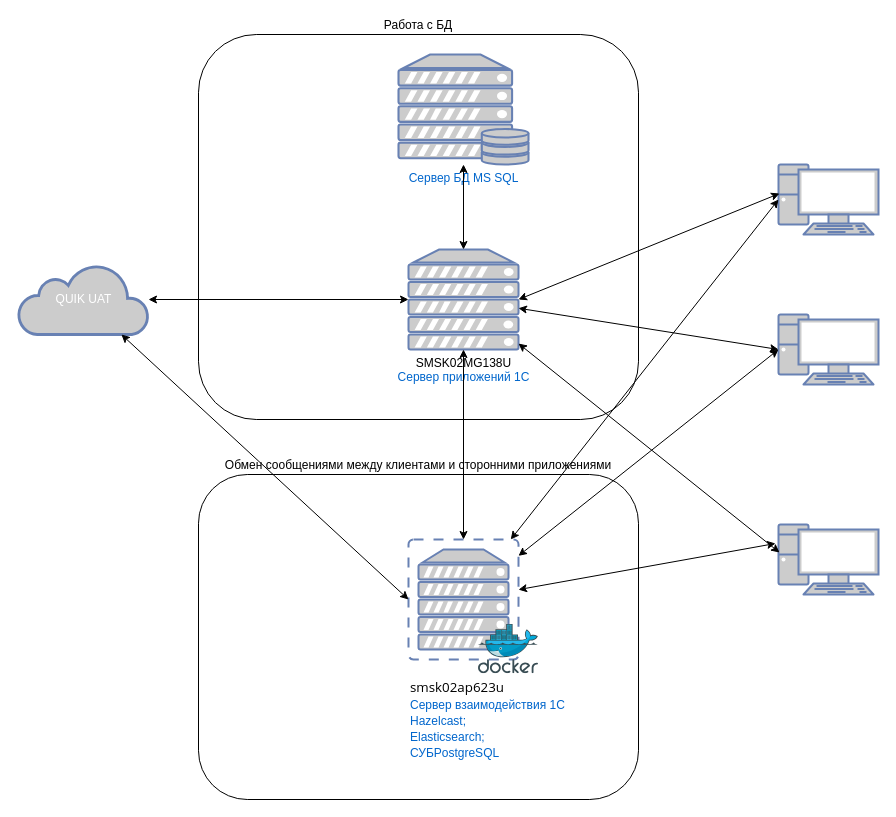
This is СерверВзаимодействия1С-Фронт.drawio from av-konst/draw-io, a draw.io file, before an edit. Source tidied: cells renumbered, new cells numbered last; positions are measured from the earlier drawing's top-left corner, leaving out a move shared by most shapes. Both pictures are drawn from the tidied source at 100%, with x=0, y=0 at pixel (18, 34).
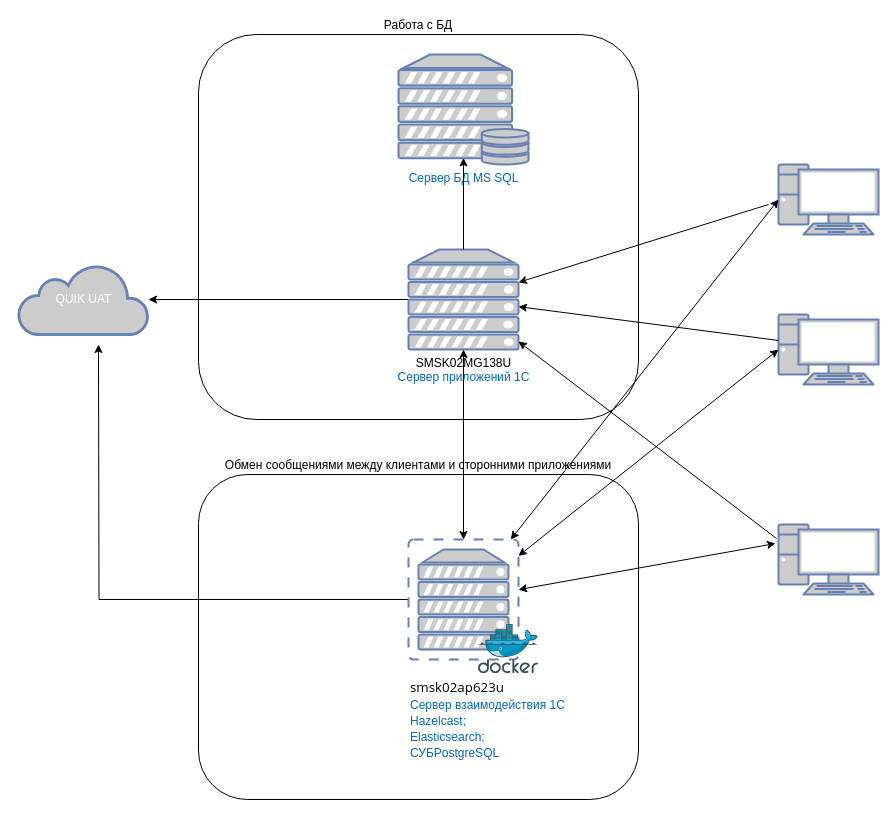
Above is the later version.

Unchanged cells that the change refers to:
```xml
<mxCell id="4" style="fontColor=#0066CC;verticalAlign=top;verticalLabelPosition=bottom;labelPosition=center;align=center;html=1;fillColor=#CCCCCC;strokeColor=#6881B3;gradientColor=none;gradientDirection=north;strokeWidth=2;shape=mxgraph.networks.pc;rounded=0;shadow=0;comic=0;" parent="1" vertex="1">
  <mxGeometry x="760" y="490" width="100" height="70" as="geometry" />
</mxCell>
<mxCell id="5" style="fontColor=#0066CC;verticalAlign=top;verticalLabelPosition=bottom;labelPosition=center;align=center;html=1;fillColor=#CCCCCC;strokeColor=#6881B3;gradientColor=none;gradientDirection=north;strokeWidth=2;shape=mxgraph.networks.pc;rounded=0;shadow=0;comic=0;" parent="1" vertex="1">
  <mxGeometry x="760" y="280" width="100" height="70" as="geometry" />
</mxCell>
<mxCell id="6" style="fontColor=#0066CC;verticalAlign=top;verticalLabelPosition=bottom;labelPosition=center;align=center;html=1;fillColor=#CCCCCC;strokeColor=#6881B3;gradientColor=none;gradientDirection=north;strokeWidth=2;shape=mxgraph.networks.pc;rounded=0;shadow=0;comic=0;" parent="1" vertex="1">
  <mxGeometry x="760" y="130" width="100" height="70" as="geometry" />
</mxCell>
<mxCell id="7" value="&lt;pre style=&quot;text-indent: -18pt; contain: content;&quot;&gt;&lt;div style=&quot;page: WordSection1; color: rgb(0, 0, 0); font-size: medium; text-indent: 0px; white-space: normal;&quot; class=&quot;WordSection1&quot;&gt;&lt;p style=&quot;margin: 0cm 0cm 0.0001pt; line-height: normal; font-size: 11pt; font-family: Calibri, sans-serif;&quot; class=&quot;MsoNormal&quot;&gt;&lt;span style=&quot;font-size: 10pt; font-family: &amp;quot;Segoe UI&amp;quot;, sans-serif;&quot;&gt;smsk02ap623u&lt;/span&gt;&lt;/p&gt;&lt;p style=&quot;margin: 0cm 0cm 0.0001pt; line-height: normal; font-size: 11pt; font-family: Calibri, sans-serif;&quot; class=&quot;MsoNormal&quot;&gt;&lt;span style=&quot;background-color: initial; font-size: 12px; font-family: Helvetica; text-indent: -18pt; color: rgb(0, 102, 204); text-wrap: nowrap;&quot;&gt;Сервер взаимодействия 1С&lt;/span&gt;&lt;/p&gt;&lt;p style=&quot;margin: 0cm 0cm 0.0001pt; line-height: normal; font-size: 11pt; font-family: Calibri, sans-serif;&quot; class=&quot;MsoNormal&quot;&gt;&lt;span style=&quot;font-size: 12px; font-family: Helvetica; text-indent: -18pt; background-color: initial; color: rgb(0, 102, 204); text-wrap: nowrap;&quot;&gt;Hazelcast;&lt;/span&gt;&lt;/p&gt;&lt;p style=&quot;margin: 0cm 0cm 0.0001pt; line-height: normal; font-size: 11pt; font-family: Calibri, sans-serif;&quot; class=&quot;MsoNormal&quot;&gt;&lt;span style=&quot;background-color: initial; text-indent: -18pt; font-size: 12px; font-family: Helvetica; color: rgb(0, 102, 204); text-wrap: nowrap;&quot;&gt;Elasticsearch;&lt;/span&gt;&lt;/p&gt;&lt;p style=&quot;margin: 0cm 0cm 0.0001pt; line-height: normal; font-size: 11pt; font-family: Calibri, sans-serif;&quot; class=&quot;MsoNormal&quot;&gt;&lt;span style=&quot;background-color: initial; font-size: 12px; font-family: Helvetica; text-indent: -18pt; color: rgb(0, 102, 204); text-wrap: nowrap;&quot;&gt;СУБPostgreSQL&amp;nbsp;&lt;/span&gt;&lt;/p&gt;&lt;/div&gt;&lt;/pre&gt;" style="fontColor=#0066CC;verticalAlign=top;verticalLabelPosition=bottom;labelPosition=center;align=left;html=1;outlineConnect=0;fillColor=#CCCCCC;strokeColor=#6881B3;gradientColor=none;gradientDirection=north;strokeWidth=2;shape=mxgraph.networks.virtual_server;" parent="1" vertex="1">
  <mxGeometry x="390" y="505" width="110" height="120" as="geometry" />
</mxCell>
<mxCell id="9" value="&lt;div&gt;&lt;font color=&quot;#000000&quot;&gt;SMSK02MG138U&lt;/font&gt;&lt;br&gt;&lt;/div&gt;Сервер приложений 1С" style="fontColor=#0066CC;verticalAlign=top;verticalLabelPosition=bottom;labelPosition=center;align=center;html=1;outlineConnect=0;fillColor=#CCCCCC;strokeColor=#6881B3;gradientColor=none;gradientDirection=north;strokeWidth=2;shape=mxgraph.networks.server;" parent="1" vertex="1">
  <mxGeometry x="390" y="215" width="110" height="100" as="geometry" />
</mxCell>
<mxCell id="10" value="QUIK UAT" style="html=1;outlineConnect=0;fillColor=#CCCCCC;strokeColor=#6881B3;gradientColor=none;gradientDirection=north;strokeWidth=2;shape=mxgraph.networks.cloud;fontColor=#ffffff;" parent="1" vertex="1">
  <mxGeometry y="230" width="130" height="70" as="geometry" />
</mxCell>
<mxCell id="20" value="Сервер БД MS SQL" style="fontColor=#0066CC;verticalAlign=top;verticalLabelPosition=bottom;labelPosition=center;align=center;html=1;outlineConnect=0;fillColor=#CCCCCC;strokeColor=#6881B3;gradientColor=none;gradientDirection=north;strokeWidth=2;shape=mxgraph.networks.server_storage;" parent="1" vertex="1">
  <mxGeometry x="380" y="20" width="130" height="110" as="geometry" />
</mxCell>
```

What changed in the source:
```diff
@@
+    <mxCell id="22" style="edgeStyle=orthogonalEdgeStyle;rounded=0;jettySize=auto;html=1;exitX=0;exitY=0.5;exitDx=0;exitDy=0;exitPerimeter=0;" parent="1" edge="1" source="7">
+      <mxGeometry relative="1" as="geometry">
+        <mxPoint x="80" y="310" as="targetPoint" />
+      </mxGeometry>
+    </mxCell>
@@
+    <mxCell id="23" style="edgeStyle=orthogonalEdgeStyle;rounded=0;jettySize=auto;html=1;" parent="1" edge="1" source="9" target="10">
+      <mxGeometry relative="1" as="geometry" />
+    </mxCell>
@@
-    <mxCell id="11" style="endArrow=classic;startArrow=classic;html=1;rounded=0;" parent="1" edge="1" source="10" target="9">
-      <mxGeometry relative="1" as="geometry" />
-    </mxCell>
-    <mxCell id="12" style="endArrow=classic;startArrow=classic;html=1;rounded=0;exitX=0;exitY=0.5;exitDx=0;exitDy=0;exitPerimeter=0;" parent="1" edge="1" source="7" target="10">
-      <mxGeometry relative="1" as="geometry" />
-    </mxCell>
@@
-    <mxCell id="15" style="endArrow=classic;startArrow=classic;html=1;rounded=0;entryX=0.01;entryY=0.414;entryDx=0;entryDy=0;entryPerimeter=0;exitX=1;exitY=0.5;exitDx=0;exitDy=0;exitPerimeter=0;" parent="1" edge="1" source="9" target="6">
-      <mxGeometry relative="1" as="geometry" />
-    </mxCell>
@@
-    <mxCell id="17" style="endArrow=classic;startArrow=classic;html=1;rounded=0;entryX=0;entryY=0.5;entryDx=0;entryDy=0;entryPerimeter=0;" parent="1" edge="1" source="9" target="5">
-      <mxGeometry relative="1" as="geometry" />
-    </mxCell>
-    <mxCell id="18" style="endArrow=classic;startArrow=classic;html=1;rounded=0;entryX=0.01;entryY=0.4;entryDx=0;entryDy=0;entryPerimeter=0;" parent="1" edge="1" source="9" target="4">
-      <mxGeometry relative="1" as="geometry" />
-    </mxCell>
@@
-    <mxCell id="21" style="endArrow=classic;startArrow=classic;html=1;rounded=0;" parent="1" edge="1" source="9" target="20">
+    <mxCell id="21" style="endArrow=classic;html=1;rounded=0;entryX=0.5;entryY=0.94;entryDx=0;entryDy=0;entryPerimeter=0;exitX=0.5;exitY=0;exitDx=0;exitDy=0;exitPerimeter=0;" parent="1" edge="1" source="9" target="20">
       <mxGeometry relative="1" as="geometry" />
     </mxCell>
+    <mxCell id="24" style="endArrow=classic;html=1;rounded=0;exitX=-0.02;exitY=0.2;exitDx=0;exitDy=0;exitPerimeter=0;" parent="1" edge="1" source="4" target="9">
+      <mxGeometry relative="1" as="geometry" />
+    </mxCell>
+    <mxCell id="25" style="endArrow=classic;html=1;rounded=0;exitX=0;exitY=0.371;exitDx=0;exitDy=0;exitPerimeter=0;" parent="1" edge="1" source="5" target="9">
+      <mxGeometry relative="1" as="geometry" />
+    </mxCell>
+    <mxCell id="26" style="endArrow=classic;html=1;rounded=0;" parent="1" edge="1" target="9">
+      <mxGeometry relative="1" as="geometry">
+        <mxPoint x="750" y="170" as="sourcePoint" />
+      </mxGeometry>
+    </mxCell>
```
